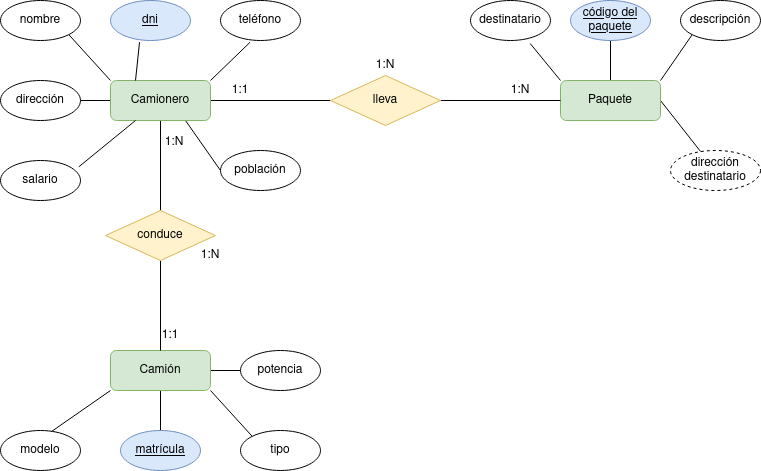
Above: Unidad-1/Tareas/Tarea-3/Ejercicio4.drawio.png in LuisMGlez/base-datos (draw.io), before the change. Source tidied: cells renumbered, new cells last; positions are measured from the earlier drawing's top-left corner, leaving out a move shared by most shapes.
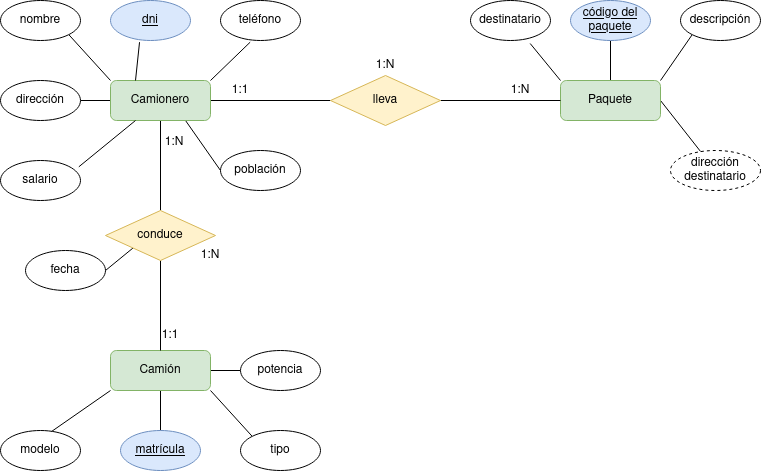
The same file after the commit.

What changed in the source:
```diff
@@ -53,6 +53,9 @@
     <mxCell id="18" style="edgeStyle=orthogonalEdgeStyle;rounded=0;jettySize=auto;html=1;exitX=0.5;exitY=1;exitDx=0;exitDy=0;entryX=0.5;entryY=0;entryDx=0;entryDy=0;endArrow=none;endFill=0;" parent="1" edge="1" source="19" target="11">
       <mxGeometry relative="1" as="geometry" />
     </mxCell>
+    <mxCell id="45" style="rounded=0;jettySize=auto;html=1;exitX=0;exitY=1;exitDx=0;exitDy=0;entryX=1;entryY=0.5;entryDx=0;entryDy=0;endArrow=none;endFill=0;" parent="1" edge="1" source="19" target="46">
+      <mxGeometry relative="1" as="geometry" />
+    </mxCell>
     <mxCell id="19" value="conduce" style="rhombus;whiteSpace=wrap;html=1;fillColor=#fff2cc;strokeColor=#d6b656;" parent="1" vertex="1">
       <mxGeometry x="105" y="210" width="110" height="50" as="geometry" />
     </mxCell>
@@ -131,5 +134,8 @@
     <mxCell id="44" value="dirección destinatario" style="ellipse;whiteSpace=wrap;html=1;align=center;dashed=1;" parent="1" vertex="1">
       <mxGeometry x="670" y="150" width="90" height="40" as="geometry" />
     </mxCell>
+    <mxCell id="46" value="fecha" style="ellipse;whiteSpace=wrap;html=1;" parent="1" vertex="1">
+      <mxGeometry x="25" y="250" width="80" height="40" as="geometry" />
+    </mxCell>
   </root>
 </mxGraphModel>
```
